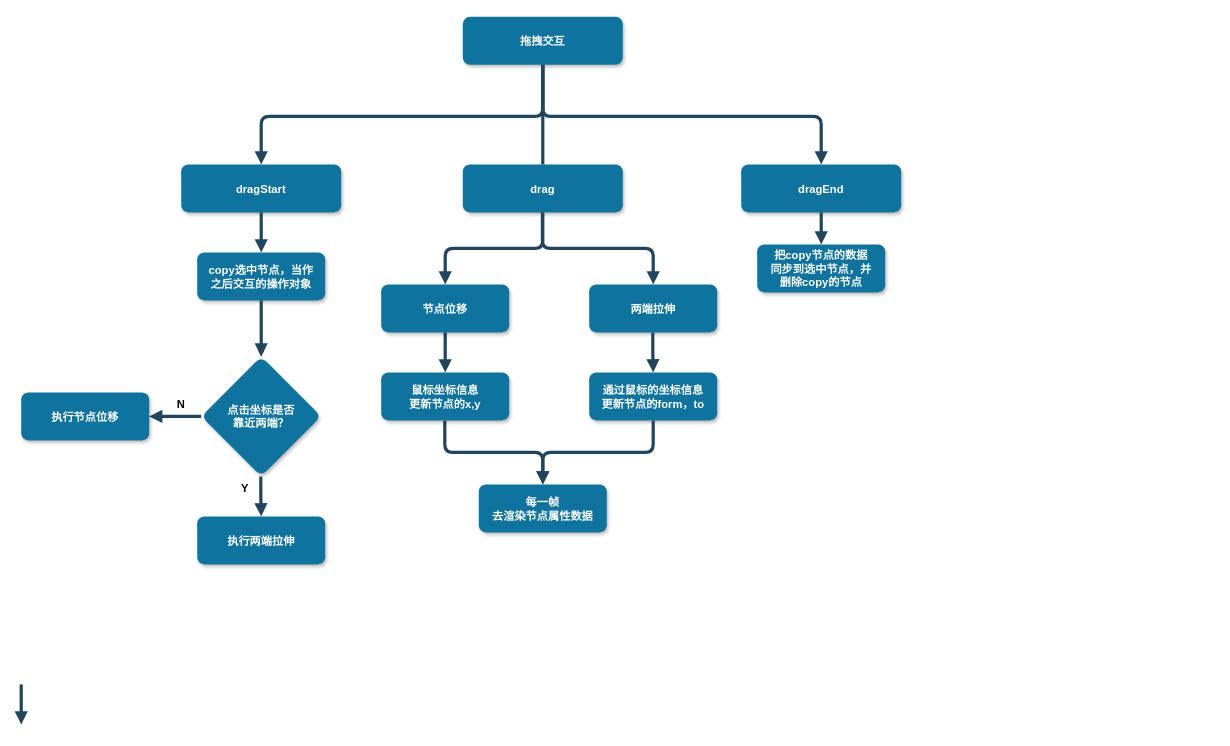
Before: Untitled Diagram.drawio in zsz-danzi/webpack-hmr-whistle, a draw.io diagram. Source tidied: cells renumbered, new cells numbered last; positions are measured from the earlier drawing's top-left corner, leaving out a move shared by most shapes. Both pictures are drawn from the tidied source at 80%, with x=0, y=0 at pixel (-11, 17).
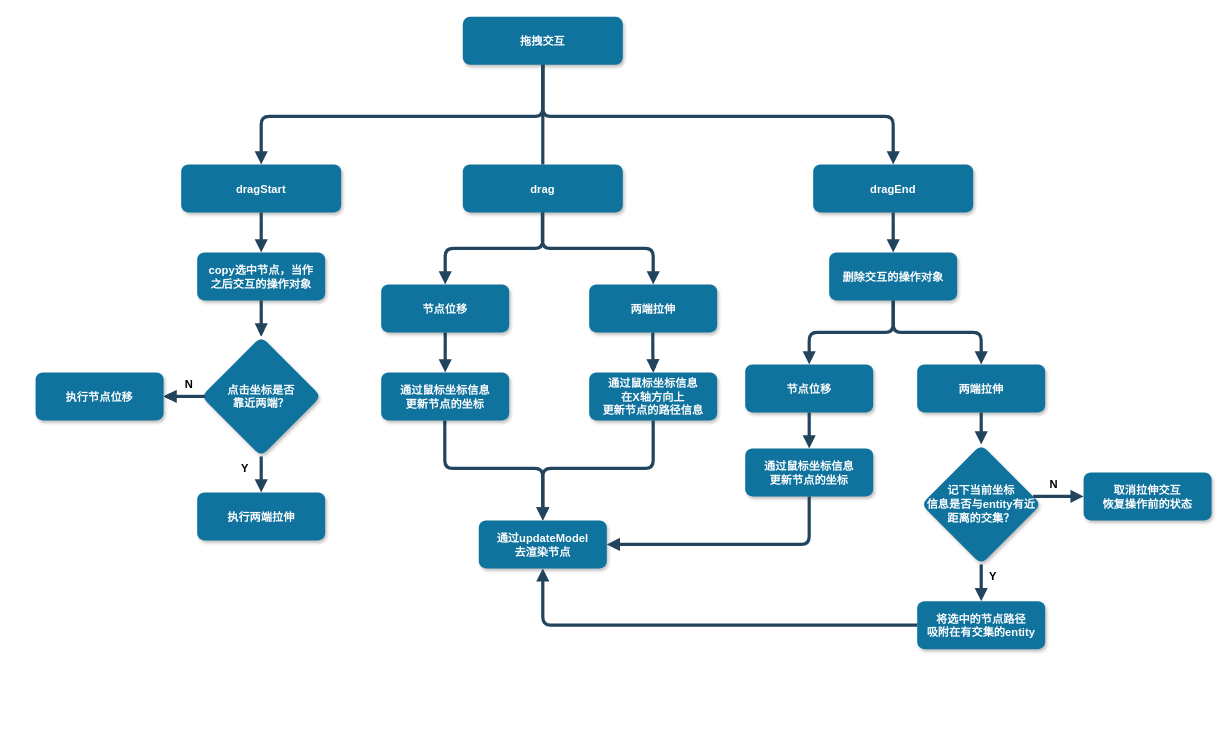
The same page after the edit.

The change refers to these unchanged cells:
```xml
<mxCell id="19" value="两端拉伸" style="rounded=1;fillColor=#10739E;strokeColor=none;shadow=1;gradientColor=none;fontStyle=1;fontColor=#FFFFFF;fontSize=14;" parent="1" vertex="1">
  <mxGeometry x="750" y="334" width="160" height="60" as="geometry" />
</mxCell>
<mxCell id="31" value="copy选中节点，当作&#10;之后交互的操作对象" style="rounded=1;fillColor=#10739E;strokeColor=none;shadow=1;gradientColor=none;fontStyle=1;fontColor=#FFFFFF;fontSize=14;" parent="1" vertex="1">
  <mxGeometry x="260" y="294" width="160" height="60" as="geometry" />
</mxCell>
```

What changed in the source:
```diff
@@
     <mxCell id="4" value="dragEnd" style="rounded=1;fillColor=#10739E;strokeColor=none;shadow=1;gradientColor=none;fontStyle=1;fontColor=#FFFFFF;fontSize=14;" parent="1" vertex="1">
-      <mxGeometry x="940" y="184" width="200" height="60" as="geometry" />
+      <mxGeometry x="1030" y="184" width="200" height="60" as="geometry" />
     </mxCell>
@@
+    <mxCell id="35" style="edgeStyle=orthogonalEdgeStyle;rounded=0;jettySize=auto;html=1;" parent="1" edge="1" source="11" target="18">
+      <mxGeometry relative="1" as="geometry" />
+    </mxCell>
     <mxCell id="11" value="&lt;font color=&quot;#ffffff&quot;&gt;&lt;span style=&quot;font-size: 14px&quot;&gt;&lt;b&gt;点击坐标是否&lt;br&gt;靠近两端？&lt;/b&gt;&lt;/span&gt;&lt;/font&gt;" style="rhombus;whiteSpace=wrap;html=1;fillColor=#10739E;rounded=1;shadow=1;strokeColor=none;strokeWidth=14;" parent="1" vertex="1">
-      <mxGeometry x="265" y="424" width="150" height="150" as="geometry" />
+      <mxGeometry x="265" y="399" width="150" height="150" as="geometry" />
     </mxCell>
-    <mxCell id="12" style="edgeStyle=elbowEdgeStyle;elbow=vertical;strokeWidth=4;endArrow=block;endFill=1;fontStyle=1;strokeColor=#23445D;exitX=0;exitY=0.5;exitDx=0;exitDy=0;entryX=1;entryY=0.5;entryDx=0;entryDy=0;" parent="1" edge="1" source="11" target="18">
+    <mxCell id="12" style="edgeStyle=elbowEdgeStyle;elbow=vertical;strokeWidth=4;endArrow=block;endFill=1;fontStyle=1;strokeColor=#23445D;entryX=1;entryY=0.5;entryDx=0;entryDy=0;" parent="1" edge="1" target="18">
       <mxGeometry x="-500" y="100" as="geometry">
+        <mxPoint x="270" y="474" as="sourcePoint" />
         <Array as="points">
+          <mxPoint x="240" y="474" />
           <mxPoint x="230" y="499" />
           <mxPoint x="210" y="514" />
           <mxPoint x="200" y="494" />
           <mxPoint x="150" y="504" />
           <mxPoint x="80" y="494" />
           <mxPoint y="504" />
         </Array>
       </mxGeometry>
     </mxCell>
@@
-    <mxCell id="14" style="edgeStyle=elbowEdgeStyle;elbow=vertical;strokeWidth=4;endArrow=block;endFill=1;fontStyle=1;strokeColor=#23445D;entryX=0.5;entryY=0;entryDx=0;entryDy=0;exitX=0.5;exitY=1;exitDx=0;exitDy=0;" parent="1" edge="1" target="15">
-      <mxGeometry x="-91" y="200" as="geometry">
-        <mxPoint x="339.5" y="574" as="sourcePoint" />
-      </mxGeometry>
+    <mxCell id="14" style="edgeStyle=elbowEdgeStyle;elbow=vertical;strokeWidth=4;endArrow=block;endFill=1;fontStyle=1;strokeColor=#23445D;entryX=0.5;entryY=0;entryDx=0;entryDy=0;exitX=0.5;exitY=1;exitDx=0;exitDy=0;" parent="1" edge="1" source="11" target="15">
+      <mxGeometry x="-91" y="200" as="geometry" />
     </mxCell>
     <mxCell id="15" value="执行两端拉伸" style="rounded=1;fillColor=#10739E;strokeColor=none;shadow=1;gradientColor=none;fontStyle=1;fontColor=#FFFFFF;fontSize=14;" parent="1" vertex="1">
-      <mxGeometry x="260" y="624" width="160" height="60" as="geometry" />
+      <mxGeometry x="260" y="594" width="160" height="60" as="geometry" />
     </mxCell>
     <mxCell id="16" value="&lt;font color=&quot;#000000&quot;&gt;&lt;b&gt;Y&lt;/b&gt;&lt;/font&gt;" style="text;html=1;strokeColor=none;fillColor=none;align=center;verticalAlign=middle;whiteSpace=wrap;rounded=0;shadow=1;fontSize=14;fontColor=#FFFFFF;" parent="1" vertex="1">
-      <mxGeometry x="290" y="574" width="60" height="30" as="geometry" />
+      <mxGeometry x="290" y="549" width="60" height="30" as="geometry" />
     </mxCell>
     <mxCell id="17" value="&lt;font color=&quot;#000000&quot;&gt;&lt;b&gt;N&lt;/b&gt;&lt;/font&gt;" style="text;html=1;strokeColor=none;fillColor=none;align=center;verticalAlign=middle;whiteSpace=wrap;rounded=0;shadow=1;fontSize=14;fontColor=#FFFFFF;" parent="1" vertex="1">
-      <mxGeometry x="210" y="469" width="60" height="30" as="geometry" />
+      <mxGeometry x="220" y="444" width="60" height="30" as="geometry" />
     </mxCell>
     <mxCell id="18" value="执行节点位移" style="rounded=1;fillColor=#10739E;strokeColor=none;shadow=1;gradientColor=none;fontStyle=1;fontColor=#FFFFFF;fontSize=14;" parent="1" vertex="1">
-      <mxGeometry x="40" y="469" width="160" height="60" as="geometry" />
+      <mxGeometry x="58" y="444" width="160" height="60" as="geometry" />
     </mxCell>
+    <mxCell id="36" style="edgeStyle=orthogonalEdgeStyle;rounded=0;jettySize=auto;html=1;" parent="1" edge="1" source="19" target="26">
+      <mxGeometry relative="1" as="geometry" />
+    </mxCell>
@@
     <mxCell id="21" style="edgeStyle=elbowEdgeStyle;elbow=vertical;strokeWidth=4;endArrow=block;endFill=1;fontStyle=1;strokeColor=#23445D;entryX=0.5;entryY=0;entryDx=0;entryDy=0;" parent="1" edge="1" target="28">
       <mxGeometry x="49.5" y="130" as="geometry">
         <mxPoint x="569.5" y="504" as="sourcePoint" />
+        <Array as="points">
+          <mxPoint x="620" y="564" />
+          <mxPoint x="630" y="554" />
+        </Array>
       </mxGeometry>
     </mxCell>
-    <mxCell id="22" style="edgeStyle=elbowEdgeStyle;elbow=vertical;strokeWidth=4;endArrow=block;endFill=1;fontStyle=1;strokeColor=#23445D;entryX=0.5;entryY=0;entryDx=0;entryDy=0;" parent="1" edge="1">
-      <mxGeometry x="-480" y="460" as="geometry">
-        <mxPoint x="40" y="834" as="sourcePoint" />
-        <mxPoint x="40" y="884" as="targetPoint" />
-      </mxGeometry>
-    </mxCell>
@@
-    <mxCell id="25" value="鼠标坐标信息&#10;更新节点的x,y" style="rounded=1;fillColor=#10739E;strokeColor=none;shadow=1;gradientColor=none;fontStyle=1;fontColor=#FFFFFF;fontSize=14;" parent="1" vertex="1">
+    <mxCell id="25" value="通过鼠标坐标信息&#10;更新节点的坐标" style="rounded=1;fillColor=#10739E;strokeColor=none;shadow=1;gradientColor=none;fontStyle=1;fontColor=#FFFFFF;fontSize=14;" parent="1" vertex="1">
       <mxGeometry x="490" y="444" width="160" height="60" as="geometry" />
     </mxCell>
-    <mxCell id="26" value="通过鼠标的坐标信息&#10;更新节点的form，to" style="rounded=1;fillColor=#10739E;strokeColor=none;shadow=1;gradientColor=none;fontStyle=1;fontColor=#FFFFFF;fontSize=14;" parent="1" vertex="1">
+    <mxCell id="26" value="通过鼠标坐标信息&#10;在X轴方向上&#10;更新节点的路径信息" style="rounded=1;fillColor=#10739E;strokeColor=none;shadow=1;gradientColor=none;fontStyle=1;fontColor=#FFFFFF;fontSize=14;" parent="1" vertex="1">
       <mxGeometry x="750" y="444" width="160" height="60" as="geometry" />
     </mxCell>
@@
-    <mxCell id="28" value="每一帧&#10;去渲染节点属性数据" style="rounded=1;fillColor=#10739E;strokeColor=none;shadow=1;gradientColor=none;fontStyle=1;fontColor=#FFFFFF;fontSize=14;" parent="1" vertex="1">
-      <mxGeometry x="612" y="584" width="160" height="60" as="geometry" />
+    <mxCell id="28" value="通过updateModel&#10;去渲染节点" style="rounded=1;fillColor=#10739E;strokeColor=none;shadow=1;gradientColor=none;fontStyle=1;fontColor=#FFFFFF;fontSize=14;" parent="1" vertex="1">
+      <mxGeometry x="612" y="629" width="160" height="60" as="geometry" />
     </mxCell>
     <mxCell id="29" style="edgeStyle=elbowEdgeStyle;elbow=vertical;strokeWidth=4;endArrow=block;endFill=1;fontStyle=1;strokeColor=#23445D;entryX=0.5;entryY=0;entryDx=0;entryDy=0;" parent="1" edge="1" target="28">
       <mxGeometry x="310" y="130" as="geometry">
         <mxPoint x="830" y="504" as="sourcePoint" />
+        <Array as="points">
+          <mxPoint x="750" y="564" />
+          <mxPoint x="780" y="544" />
+          <mxPoint x="740" y="554" />
+          <mxPoint x="760" y="564" />
+          <mxPoint x="780" y="554" />
+        </Array>
       </mxGeometry>
     </mxCell>
@@
-    <mxCell id="32" style="edgeStyle=elbowEdgeStyle;elbow=vertical;strokeWidth=4;endArrow=block;endFill=1;fontStyle=1;strokeColor=#23445D;entryX=0.5;entryY=0;entryDx=0;entryDy=0;exitX=0.5;exitY=1;exitDx=0;exitDy=0;" parent="1" edge="1" source="31" target="11">
-      <mxGeometry x="-360" y="330" as="geometry" />
+    <mxCell id="32" style="edgeStyle=elbowEdgeStyle;elbow=vertical;strokeWidth=4;endArrow=block;endFill=1;fontStyle=1;strokeColor=#23445D;exitX=0.5;exitY=1;exitDx=0;exitDy=0;" parent="1" edge="1" source="31" target="11">
+      <mxGeometry x="-360" y="330" as="geometry">
+        <Array as="points">
+          <mxPoint x="340" y="404" />
+        </Array>
+      </mxGeometry>
     </mxCell>
-    <mxCell id="33" value="把copy节点的数据&#10;同步到选中节点，并&#10;删除copy的节点" style="rounded=1;fillColor=#10739E;strokeColor=none;shadow=1;gradientColor=none;fontStyle=1;fontColor=#FFFFFF;fontSize=14;" parent="1" vertex="1">
-      <mxGeometry x="960" y="284" width="160" height="60" as="geometry" />
+    <mxCell id="33" value="将选中的节点路径&#10;吸附在有交集的entity" style="rounded=1;fillColor=#10739E;strokeColor=none;shadow=1;gradientColor=none;fontStyle=1;fontColor=#FFFFFF;fontSize=14;" parent="1" vertex="1">
+      <mxGeometry x="1160" y="730" width="160" height="60" as="geometry" />
     </mxCell>
-    <mxCell id="34" style="edgeStyle=elbowEdgeStyle;elbow=vertical;strokeWidth=4;endArrow=block;endFill=1;fontStyle=1;strokeColor=#23445D;exitX=0.5;exitY=1;exitDx=0;exitDy=0;entryX=0.5;entryY=0;entryDx=0;entryDy=0;" parent="1" edge="1" source="4" target="33">
-      <mxGeometry x="-136" y="330" as="geometry" />
+    <mxCell id="34" style="edgeStyle=elbowEdgeStyle;elbow=vertical;strokeWidth=4;endArrow=block;endFill=1;fontStyle=1;strokeColor=#23445D;entryX=0.5;entryY=0;entryDx=0;entryDy=0;exitX=0.5;exitY=1;exitDx=0;exitDy=0;" parent="1" edge="1" source="37" target="33">
+      <mxGeometry x="59" y="750" as="geometry" />
     </mxCell>
+    <mxCell id="37" value="&lt;font color=&quot;#ffffff&quot;&gt;&lt;span style=&quot;font-size: 14px&quot;&gt;&lt;b&gt;记下当前坐标&lt;br&gt;信息是否与entity有近距离的交集？&lt;br&gt;&lt;/b&gt;&lt;/span&gt;&lt;/font&gt;" style="rhombus;whiteSpace=wrap;html=1;fillColor=#10739E;rounded=1;shadow=1;strokeColor=none;strokeWidth=14;" parent="1" vertex="1">
+      <mxGeometry x="1165" y="534" width="150" height="150" as="geometry" />
+    </mxCell>
+    <mxCell id="38" style="edgeStyle=elbowEdgeStyle;elbow=vertical;strokeWidth=4;endArrow=block;endFill=1;fontStyle=1;strokeColor=#23445D;exitX=0.5;exitY=1;exitDx=0;exitDy=0;" parent="1" edge="1" source="4" target="43">
+      <mxGeometry x="-146" y="360" as="geometry" />
+    </mxCell>
+    <mxCell id="39" value="&lt;font color=&quot;#000000&quot;&gt;&lt;b&gt;Y&lt;/b&gt;&lt;/font&gt;" style="text;html=1;strokeColor=none;fillColor=none;align=center;verticalAlign=middle;whiteSpace=wrap;rounded=0;shadow=1;fontSize=14;fontColor=#FFFFFF;" parent="1" vertex="1">
+      <mxGeometry x="1225" y="684" width="60" height="30" as="geometry" />
+    </mxCell>
+    <mxCell id="40" value="&lt;font color=&quot;#000000&quot;&gt;&lt;b&gt;N&lt;/b&gt;&lt;/font&gt;" style="text;html=1;strokeColor=none;fillColor=none;align=center;verticalAlign=middle;whiteSpace=wrap;rounded=0;shadow=1;fontSize=14;fontColor=#FFFFFF;" parent="1" vertex="1">
+      <mxGeometry x="1301" y="569" width="60" height="30" as="geometry" />
+    </mxCell>
+    <mxCell id="41" style="edgeStyle=elbowEdgeStyle;elbow=vertical;strokeWidth=4;endArrow=block;endFill=1;fontStyle=1;strokeColor=#23445D;entryX=0;entryY=0.5;entryDx=0;entryDy=0;" parent="1" edge="1" source="37" target="42">
+      <mxGeometry x="542.5" y="194.5" as="geometry">
+        <Array as="points">
+          <mxPoint x="1350" y="599" />
+          <mxPoint x="1252.5" y="608.5" />
+          <mxPoint x="1242.5" y="588.5" />
+          <mxPoint x="1192.5" y="598.5" />
+          <mxPoint x="1122.5" y="588.5" />
+          <mxPoint x="1042.5" y="598.5" />
+        </Array>
+      </mxGeometry>
+    </mxCell>
+    <mxCell id="42" value="取消拉伸交互&#10;恢复操作前的状态" style="rounded=1;fillColor=#10739E;strokeColor=none;shadow=1;gradientColor=none;fontStyle=1;fontColor=#FFFFFF;fontSize=14;" parent="1" vertex="1">
+      <mxGeometry x="1368" y="569" width="160" height="60" as="geometry" />
+    </mxCell>
+    <mxCell id="43" value="删除交互的操作对象" style="rounded=1;fillColor=#10739E;strokeColor=none;shadow=1;gradientColor=none;fontStyle=1;fontColor=#FFFFFF;fontSize=14;" parent="1" vertex="1">
+      <mxGeometry x="1050" y="294" width="160" height="60" as="geometry" />
+    </mxCell>
+    <mxCell id="44" value="节点位移" style="rounded=1;fillColor=#10739E;strokeColor=none;shadow=1;gradientColor=none;fontStyle=1;fontColor=#FFFFFF;fontSize=14;" parent="1" vertex="1">
+      <mxGeometry x="945" y="434" width="160" height="60" as="geometry" />
+    </mxCell>
+    <mxCell id="45" value="两端拉伸" style="rounded=1;fillColor=#10739E;strokeColor=none;shadow=1;gradientColor=none;fontStyle=1;fontColor=#FFFFFF;fontSize=14;" parent="1" vertex="1">
+      <mxGeometry x="1160" y="434" width="160" height="60" as="geometry" />
+    </mxCell>
+    <mxCell id="46" style="edgeStyle=elbowEdgeStyle;elbow=vertical;strokeWidth=4;endArrow=block;endFill=1;fontStyle=1;strokeColor=#23445D;entryX=0.5;entryY=0;entryDx=0;entryDy=0;" parent="1" edge="1" target="45">
+      <mxGeometry x="610" y="-20" as="geometry">
+        <mxPoint x="1130" y="354" as="sourcePoint" />
+        <Array as="points">
+          <mxPoint x="1160" y="394" />
+        </Array>
+      </mxGeometry>
+    </mxCell>
+    <mxCell id="47" style="edgeStyle=elbowEdgeStyle;elbow=vertical;strokeWidth=4;endArrow=block;endFill=1;fontStyle=1;strokeColor=#23445D;entryX=0.5;entryY=0;entryDx=0;entryDy=0;exitX=0.5;exitY=1;exitDx=0;exitDy=0;" parent="1" edge="1" source="43" target="44">
+      <mxGeometry x="520" y="-20" as="geometry">
+        <Array as="points">
+          <mxPoint x="1100" y="394" />
+        </Array>
+      </mxGeometry>
+    </mxCell>
+    <mxCell id="48" style="edgeStyle=elbowEdgeStyle;elbow=vertical;strokeWidth=4;endArrow=block;endFill=1;fontStyle=1;strokeColor=#23445D;exitX=0.5;exitY=1;exitDx=0;exitDy=0;" parent="1" edge="1" source="45" target="37">
+      <mxGeometry x="489.5" y="175" as="geometry" />
+    </mxCell>
+    <mxCell id="49" value="通过鼠标坐标信息&#10;更新节点的坐标" style="rounded=1;fillColor=#10739E;strokeColor=none;shadow=1;gradientColor=none;fontStyle=1;fontColor=#FFFFFF;fontSize=14;" parent="1" vertex="1">
+      <mxGeometry x="945" y="539" width="160" height="60" as="geometry" />
+    </mxCell>
+    <mxCell id="50" style="edgeStyle=elbowEdgeStyle;elbow=vertical;strokeWidth=4;endArrow=block;endFill=1;fontStyle=1;strokeColor=#23445D;exitX=0.5;exitY=1;exitDx=0;exitDy=0;" parent="1" edge="1" source="44" target="49">
+      <mxGeometry x="274.5" y="180" as="geometry" />
+    </mxCell>
+    <mxCell id="51" style="edgeStyle=elbowEdgeStyle;elbow=vertical;strokeWidth=4;endArrow=block;endFill=1;fontStyle=1;strokeColor=#23445D;exitX=0.5;exitY=1;exitDx=0;exitDy=0;entryX=1;entryY=0.5;entryDx=0;entryDy=0;" parent="1" edge="1" source="49" target="28">
+      <mxGeometry x="530" y="225" as="geometry">
+        <Array as="points">
+          <mxPoint x="910" y="659" />
+          <mxPoint x="820" y="654" />
+          <mxPoint x="890" y="654" />
+          <mxPoint x="1030" y="624" />
+          <mxPoint x="1108" y="664" />
+          <mxPoint x="860" y="664" />
+          <mxPoint x="900" y="644" />
+          <mxPoint x="930" y="654" />
+          <mxPoint x="1000" y="649" />
+          <mxPoint x="1000" y="639" />
+          <mxPoint x="960" y="649" />
+          <mxPoint x="980" y="659" />
+          <mxPoint x="1000" y="649" />
+        </Array>
+      </mxGeometry>
+    </mxCell>
+    <mxCell id="52" style="edgeStyle=elbowEdgeStyle;elbow=vertical;strokeWidth=4;endArrow=block;endFill=1;fontStyle=1;strokeColor=#23445D;entryX=0.5;entryY=1;entryDx=0;entryDy=0;exitX=0;exitY=0.5;exitDx=0;exitDy=0;" parent="1" edge="1" source="33" target="28">
+      <mxGeometry x="608" y="372.5" as="geometry">
+        <Array as="points">
+          <mxPoint x="960" y="760" />
+          <mxPoint x="950" y="754" />
+          <mxPoint x="970" y="764" />
+          <mxPoint x="1030" y="634" />
+          <mxPoint x="1078" y="796.5" />
+          <mxPoint x="1078" y="786.5" />
+          <mxPoint x="1038" y="796.5" />
+          <mxPoint x="1058" y="806.5" />
+          <mxPoint x="1078" y="796.5" />
+        </Array>
+      </mxGeometry>
+    </mxCell>
```
